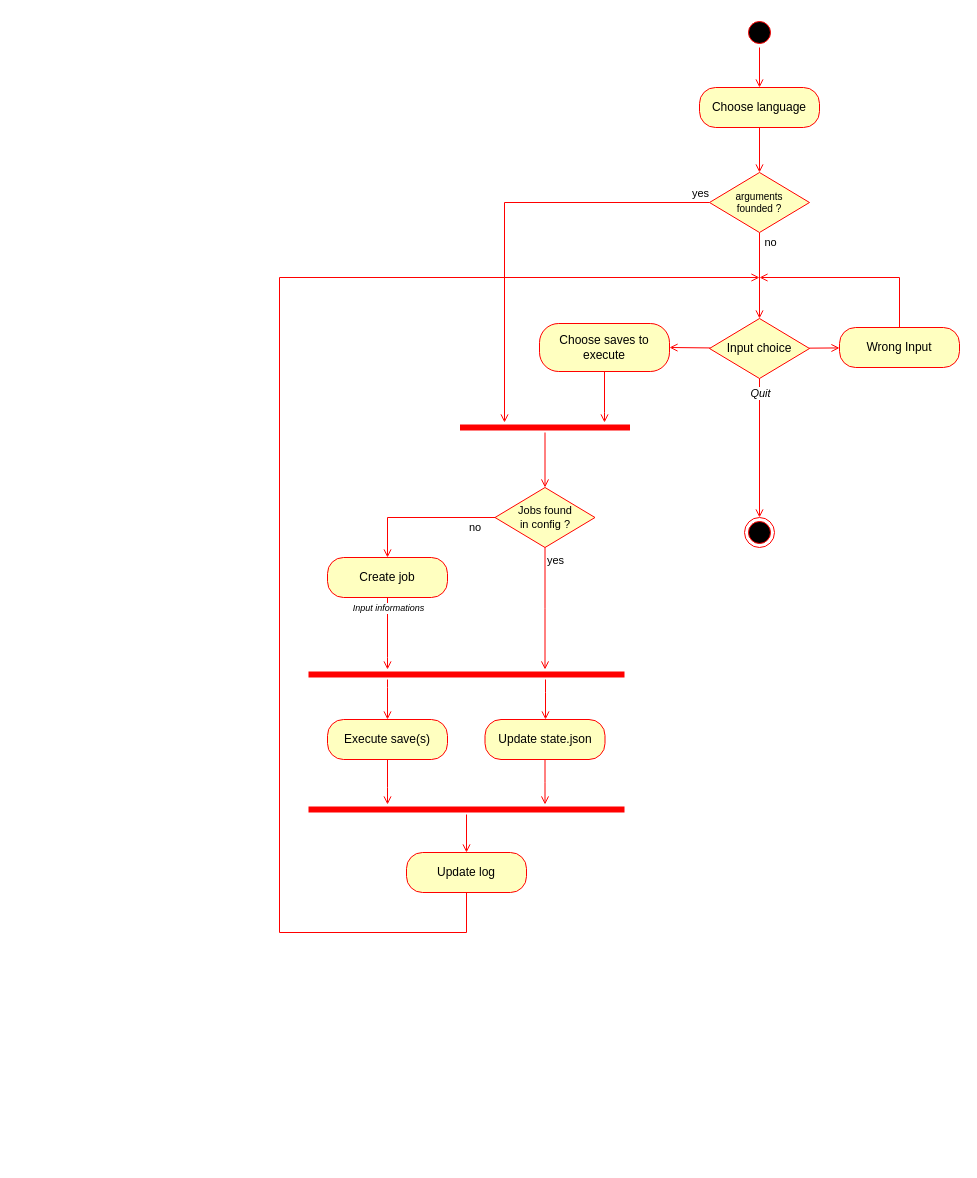
The draw.io diagram Diagrams/Activity.drawio in Fire-90/CESI_Genie_Logiciel, before the edit. Source tidied: cells renumbered, new cells numbered last; positions are measured from the earlier drawing's top-left corner, leaving out a move shared by most shapes. Both pictures are drawn from the tidied source at 100%, with x=0, y=0 at pixel (279, 17).
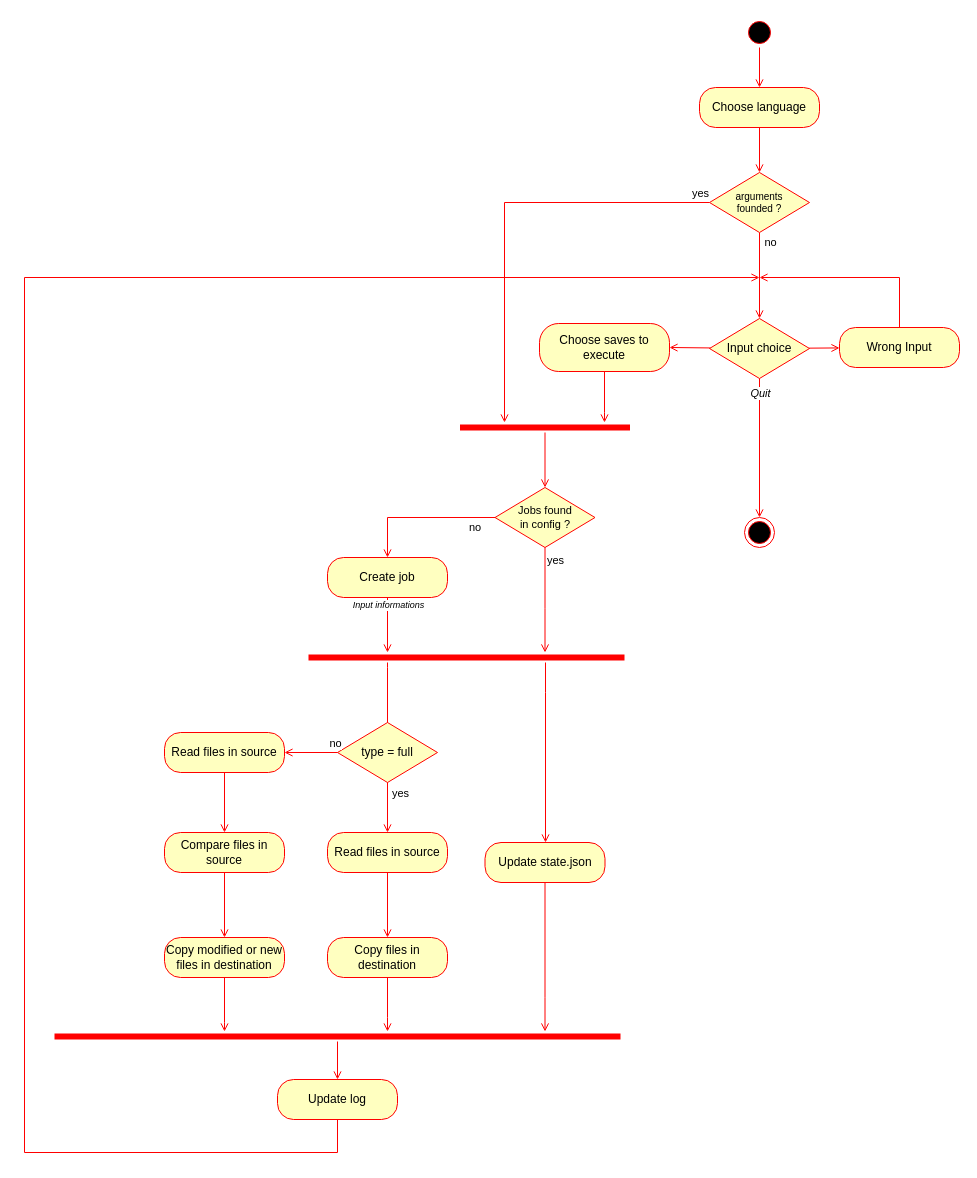
Above is the later version.

Change to the diagram source:
```diff
@@
     <mxCell id="14" style="html=1;verticalAlign=bottom;endArrow=open;endSize=6;strokeColor=#ff0000;rounded=0;edgeStyle=orthogonalEdgeStyle;startSize=6;" parent="1" edge="1" source="33">
       <mxGeometry relative="1" as="geometry">
         <mxPoint x="480" y="260" as="targetPoint" />
         <Array as="points">
-          <mxPoint x="187" y="915" />
-          <mxPoint y="915" />
-          <mxPoint y="260" />
+          <mxPoint x="58" y="1135" />
+          <mxPoint x="-255" y="1135" />
+          <mxPoint x="-255" y="260" />
         </Array>
       </mxGeometry>
     </mxCell>
@@
     <mxCell id="22" style="shape=line;html=1;strokeWidth=6;strokeColor=#ff0000;" parent="1" vertex="1">
-      <mxGeometry x="29" y="652" width="316" height="10" as="geometry" />
+      <mxGeometry x="29" y="635" width="316" height="10" as="geometry" />
     </mxCell>
@@
-    <mxCell id="26" value="Execute save(s)" style="rounded=1;whiteSpace=wrap;html=1;arcSize=40;fontColor=#000000;fillColor=#ffffc0;strokeColor=#ff0000;" parent="1" vertex="1">
-      <mxGeometry x="48" y="702" width="120" height="40" as="geometry" />
+    <mxCell id="26" value="Copy files in destination" style="rounded=1;whiteSpace=wrap;html=1;arcSize=40;fontColor=#000000;fillColor=#ffffc0;strokeColor=#ff0000;" parent="1" vertex="1">
+      <mxGeometry x="48" y="920" width="120" height="40" as="geometry" />
     </mxCell>
@@
     <mxCell id="33" value="Update log" style="rounded=1;whiteSpace=wrap;html=1;arcSize=40;fontColor=#000000;fillColor=#ffffc0;strokeColor=#ff0000;" parent="1" vertex="1">
-      <mxGeometry x="127" y="835" width="120" height="40" as="geometry" />
+      <mxGeometry x="-2" y="1062" width="120" height="40" as="geometry" />
     </mxCell>
-    <mxCell id="34" style="html=1;verticalAlign=bottom;endArrow=open;endSize=6;strokeColor=#ff0000;rounded=0;startSize=6;edgeStyle=orthogonalEdgeStyle;" parent="1" edge="1" source="26" target="38">
-      <mxGeometry relative="1" as="geometry">
-        <Array as="points">
-          <mxPoint x="108" y="770" />
-          <mxPoint x="108" y="770" />
-        </Array>
-      </mxGeometry>
-    </mxCell>
     <mxCell id="35" value="Update state.json" style="rounded=1;whiteSpace=wrap;html=1;arcSize=40;fontColor=#000000;fillColor=#ffffc0;strokeColor=#ff0000;" parent="1" vertex="1">
-      <mxGeometry x="205.5" y="702" width="120" height="40" as="geometry" />
+      <mxGeometry x="205.5" y="825" width="120" height="40" as="geometry" />
     </mxCell>
-    <mxCell id="36" style="html=1;verticalAlign=bottom;endArrow=open;endSize=6;strokeColor=#ff0000;rounded=0;startSize=6;edgeStyle=orthogonalEdgeStyle;" parent="1" edge="1" source="22" target="26">
+    <mxCell id="36" style="html=1;verticalAlign=bottom;endArrow=open;endSize=6;strokeColor=#ff0000;rounded=0;startSize=6;edgeStyle=orthogonalEdgeStyle;" parent="1" edge="1" source="22" target="41">
       <mxGeometry relative="1" as="geometry">
         <Array as="points">
-          <mxPoint x="108" y="670" />
-          <mxPoint x="108" y="670" />
+          <mxPoint x="108" y="650" />
+          <mxPoint x="108" y="650" />
         </Array>
       </mxGeometry>
     </mxCell>
+    <mxCell id="40" value="yes" style="edgeLabel;html=1;align=center;verticalAlign=middle;" parent="36" vertex="1">
+      <mxGeometry x="0.53" y="-1" relative="1" as="geometry">
+        <mxPoint x="13" as="offset" />
+      </mxGeometry>
+    </mxCell>
     <mxCell id="37" style="html=1;verticalAlign=bottom;endArrow=open;endSize=6;strokeColor=#ff0000;rounded=0;startSize=6;edgeStyle=orthogonalEdgeStyle;" parent="1" edge="1" source="35" target="38">
       <mxGeometry relative="1" as="geometry">
         <Array as="points">
-          <mxPoint x="266" y="765" />
-          <mxPoint x="265" y="765" />
+          <mxPoint x="265" y="980" />
+          <mxPoint x="265" y="980" />
         </Array>
       </mxGeometry>
     </mxCell>
     <mxCell id="38" style="shape=line;html=1;strokeWidth=6;strokeColor=#ff0000;" parent="1" vertex="1">
-      <mxGeometry x="29" y="787" width="316" height="10" as="geometry" />
+      <mxGeometry x="-225" y="1014" width="566" height="10" as="geometry" />
     </mxCell>
@@
+    <mxCell id="41" value="Read files in source" style="rounded=1;whiteSpace=wrap;html=1;arcSize=40;fontColor=#000000;fillColor=#ffffc0;strokeColor=#ff0000;" parent="1" vertex="1">
+      <mxGeometry x="48" y="815" width="120" height="40" as="geometry" />
+    </mxCell>
+    <mxCell id="42" style="html=1;verticalAlign=bottom;endArrow=open;endSize=6;strokeColor=#ff0000;rounded=0;startSize=6;edgeStyle=orthogonalEdgeStyle;" parent="1" edge="1" source="41" target="26">
+      <mxGeometry relative="1" as="geometry" />
+    </mxCell>
+    <mxCell id="43" value="type = full" style="rhombus;whiteSpace=wrap;html=1;fontColor=#000000;fillColor=#ffffc0;strokeColor=#ff0000;" parent="1" vertex="1">
+      <mxGeometry x="58" y="705" width="100" height="60" as="geometry" />
+    </mxCell>
+    <mxCell id="44" value="Read files in source" style="rounded=1;whiteSpace=wrap;html=1;arcSize=40;fontColor=#000000;fillColor=#ffffc0;strokeColor=#ff0000;" parent="1" vertex="1">
+      <mxGeometry x="-115" y="715" width="120" height="40" as="geometry" />
+    </mxCell>
+    <mxCell id="45" value="Compare files in source" style="rounded=1;whiteSpace=wrap;html=1;arcSize=40;fontColor=#000000;fillColor=#ffffc0;strokeColor=#ff0000;" parent="1" vertex="1">
+      <mxGeometry x="-115" y="815" width="120" height="40" as="geometry" />
+    </mxCell>
+    <mxCell id="46" value="Copy modified or new files in destination" style="rounded=1;whiteSpace=wrap;html=1;arcSize=40;fontColor=#000000;fillColor=#ffffc0;strokeColor=#ff0000;" parent="1" vertex="1">
+      <mxGeometry x="-115" y="920" width="120" height="40" as="geometry" />
+    </mxCell>
+    <mxCell id="47" style="edgeStyle=orthogonalEdgeStyle;rounded=0;orthogonalLoop=1;jettySize=auto;html=1;exitX=0.5;exitY=1;exitDx=0;exitDy=0;" parent="1" edge="1" source="45" target="45">
+      <mxGeometry relative="1" as="geometry" />
+    </mxCell>
+    <mxCell id="48" style="html=1;verticalAlign=bottom;endArrow=open;endSize=6;strokeColor=#ff0000;rounded=0;startSize=6;edgeStyle=orthogonalEdgeStyle;" parent="1" edge="1" source="46" target="38">
+      <mxGeometry relative="1" as="geometry">
+        <Array as="points">
+          <mxPoint x="-55" y="1005" />
+          <mxPoint x="-55" y="1005" />
+        </Array>
+      </mxGeometry>
+    </mxCell>
+    <mxCell id="34" style="html=1;verticalAlign=bottom;endArrow=open;endSize=6;strokeColor=#ff0000;rounded=0;startSize=6;edgeStyle=orthogonalEdgeStyle;" parent="1" edge="1" source="26" target="38">
+      <mxGeometry relative="1" as="geometry">
+        <Array as="points">
+          <mxPoint x="108" y="1000" />
+          <mxPoint x="108" y="1000" />
+        </Array>
+      </mxGeometry>
+    </mxCell>
+    <mxCell id="49" style="html=1;verticalAlign=bottom;endArrow=open;endSize=6;strokeColor=#ff0000;rounded=0;startSize=6;edgeStyle=orthogonalEdgeStyle;" parent="1" edge="1" source="45" target="46">
+      <mxGeometry relative="1" as="geometry" />
+    </mxCell>
+    <mxCell id="50" style="html=1;verticalAlign=bottom;endArrow=open;endSize=6;strokeColor=#ff0000;rounded=0;startSize=6;edgeStyle=orthogonalEdgeStyle;" parent="1" edge="1" source="44" target="45">
+      <mxGeometry relative="1" as="geometry" />
+    </mxCell>
+    <mxCell id="51" style="html=1;verticalAlign=bottom;endArrow=open;endSize=6;strokeColor=#ff0000;rounded=0;startSize=6;edgeStyle=orthogonalEdgeStyle;" parent="1" edge="1" source="43" target="44">
+      <mxGeometry relative="1" as="geometry" />
+    </mxCell>
+    <mxCell id="52" value="no" style="edgeLabel;html=1;align=center;verticalAlign=middle;" parent="51" vertex="1">
+      <mxGeometry x="-0.25" y="-1" relative="1" as="geometry">
+        <mxPoint x="17" y="-9" as="offset" />
+      </mxGeometry>
+    </mxCell>
```
